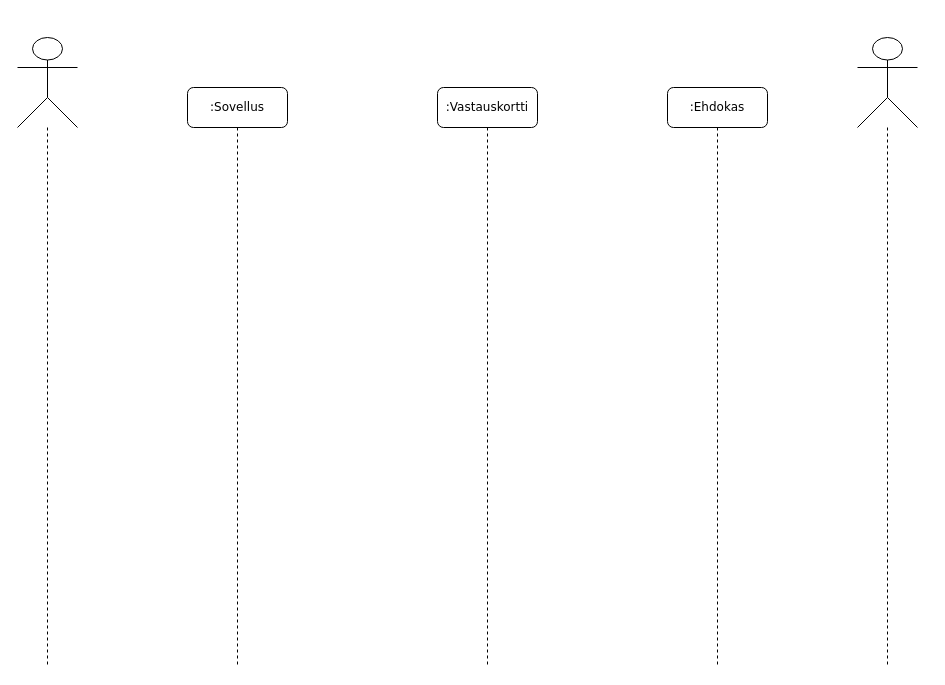
This is vaalikoneen sekvenssikaavio.drawio from laurajun/hamk-sovelluksen_suunnittelu, a draw.io file, before an edit. Source tidied: cells renumbered, new cells numbered last; positions are measured from the earlier drawing's top-left corner, leaving out a move shared by most shapes. Both pictures are drawn from the tidied source at 100%, with x=0, y=0 at pixel (17, 37).
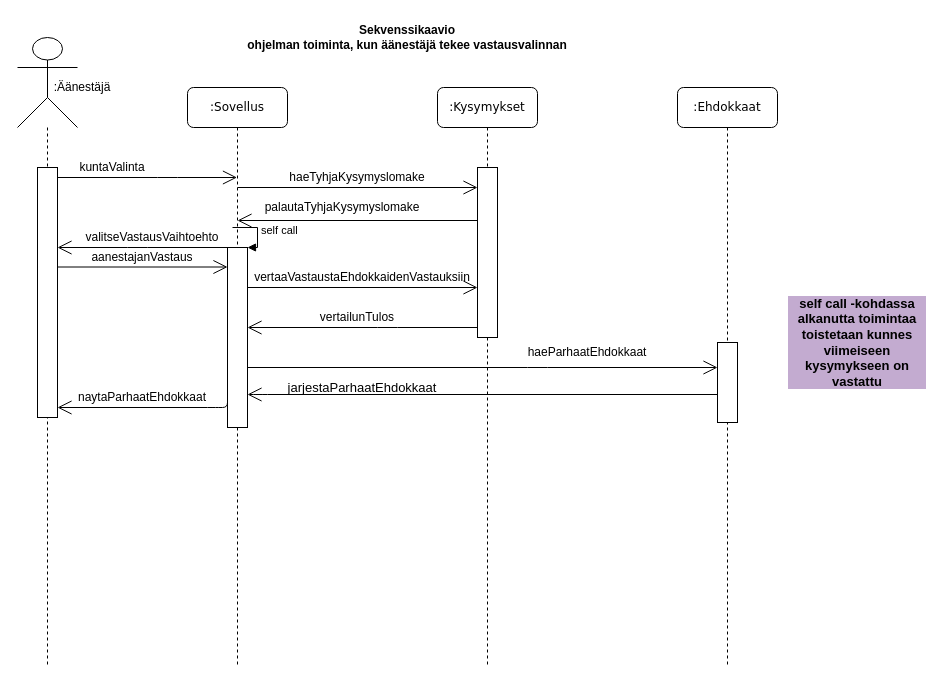
The same diagram, later.

The change refers to these unchanged cells:
```xml
<mxCell id="2" value=":Sovellus" style="shape=umlLifeline;perimeter=lifelinePerimeter;whiteSpace=wrap;html=1;outlineConnect=0;rounded=1;shadow=0;comic=0;labelBackgroundColor=none;strokeWidth=1;fontFamily=Verdana;fontSize=12;align=center;" parent="1" vertex="1">
  <mxGeometry x="170" y="50" width="100" height="580" as="geometry" />
</mxCell>
<mxCell id="5" style="shape=umlLifeline;participant=umlActor;perimeter=lifelinePerimeter;whiteSpace=wrap;html=1;verticalAlign=top;spacingTop=36;size=90;" parent="1" vertex="1">
  <mxGeometry width="60" height="630" as="geometry" />
</mxCell>
```

What changed in the source:
```diff
@@
+    <mxCell id="7" style="html=1;points=[];perimeter=orthogonalPerimeter;" parent="2" vertex="1">
+      <mxGeometry x="40" y="160" width="20" height="180" as="geometry" />
+    </mxCell>
+    <mxCell id="8" value="self call" style="edgeStyle=orthogonalEdgeStyle;html=1;align=left;spacingLeft=2;endArrow=block;rounded=0;entryX=1;entryY=0;" parent="2" edge="1" target="7">
+      <mxGeometry relative="1" as="geometry">
+        <mxPoint x="45" y="140" as="sourcePoint" />
+        <Array as="points">
+          <mxPoint x="70" y="140" />
+        </Array>
+      </mxGeometry>
+    </mxCell>
-    <mxCell id="3" value=":Vastauskortti" style="shape=umlLifeline;perimeter=lifelinePerimeter;whiteSpace=wrap;html=1;rounded=1;shadow=0;comic=0;labelBackgroundColor=none;strokeWidth=1;fontFamily=Verdana;fontSize=12;align=center;" parent="1" vertex="1">
+    <mxCell id="3" value=":Kysymykset" style="shape=umlLifeline;perimeter=lifelinePerimeter;whiteSpace=wrap;html=1;rounded=1;shadow=0;comic=0;labelBackgroundColor=none;strokeWidth=1;fontFamily=Verdana;fontSize=12;align=center;" parent="1" vertex="1">
       <mxGeometry x="420" y="50" width="100" height="580" as="geometry" />
     </mxCell>
+    <mxCell id="9" style="html=1;perimeter=orthogonalPerimeter;" parent="3" vertex="1">
+      <mxGeometry x="40" y="80" width="20" height="170" as="geometry" />
+    </mxCell>
-    <mxCell id="4" value=":Ehdokas" style="shape=umlLifeline;perimeter=lifelinePerimeter;whiteSpace=wrap;html=1;rounded=1;shadow=0;comic=0;labelBackgroundColor=none;strokeWidth=1;fontFamily=Verdana;fontSize=12;align=center;size=40;" parent="1" vertex="1">
-      <mxGeometry x="650" y="50" width="100" height="580" as="geometry" />
+    <mxCell id="4" value=":Ehdokkaat" style="shape=umlLifeline;perimeter=lifelinePerimeter;whiteSpace=wrap;html=1;rounded=1;shadow=0;comic=0;labelBackgroundColor=none;strokeWidth=1;fontFamily=Verdana;fontSize=12;align=center;size=40;" parent="1" vertex="1">
+      <mxGeometry x="660" y="50" width="100" height="580" as="geometry" />
     </mxCell>
+    <mxCell id="10" style="html=1;points=[];perimeter=orthogonalPerimeter;" parent="4" vertex="1">
+      <mxGeometry x="40" y="255" width="20" height="80" as="geometry" />
+    </mxCell>
@@
-    <mxCell id="6" style="shape=umlLifeline;participant=umlActor;perimeter=lifelinePerimeter;whiteSpace=wrap;html=1;verticalAlign=top;spacingTop=36;size=90;" parent="1" vertex="1">
-      <mxGeometry x="840" width="60" height="630" as="geometry" />
-    </mxCell>
+    <mxCell id="11" style="html=1;points=[];perimeter=orthogonalPerimeter;" parent="5" vertex="1">
+      <mxGeometry x="20" y="130" width="20" height="250" as="geometry" />
+    </mxCell>
+    <mxCell id="12" value=":Äänestäjä" style="text;html=1;strokeColor=none;fillColor=none;align=center;verticalAlign=middle;whiteSpace=wrap;rounded=0;" parent="1" vertex="1">
+      <mxGeometry x="30" y="40" width="70" height="20" as="geometry" />
+    </mxCell>
+    <mxCell id="13" style="endArrow=open;endFill=1;endSize=12;html=1;exitX=0;exitY=1;exitDx=0;exitDy=0;" parent="1" edge="1" source="14" target="2">
+      <mxGeometry relative="1" as="geometry">
+        <Array as="points">
+          <mxPoint x="150" y="140" />
+        </Array>
+      </mxGeometry>
+    </mxCell>
+    <mxCell id="14" value="kuntaValinta" style="text;html=1;strokeColor=none;fillColor=none;align=center;verticalAlign=middle;whiteSpace=wrap;rounded=0;" parent="1" vertex="1">
+      <mxGeometry x="40" y="120" width="110" height="20" as="geometry" />
+    </mxCell>
+    <mxCell id="15" style="endArrow=open;endFill=1;endSize=12;html=1;" parent="1" edge="1">
+      <mxGeometry relative="1" as="geometry">
+        <mxPoint x="220" y="150" as="sourcePoint" />
+        <mxPoint x="460" y="150" as="targetPoint" />
+      </mxGeometry>
+    </mxCell>
+    <mxCell id="16" value="haeTyhjaKysymyslomake" style="text;html=1;strokeColor=none;fillColor=none;align=center;verticalAlign=middle;whiteSpace=wrap;rounded=0;" parent="1" vertex="1">
+      <mxGeometry x="260" y="130" width="160" height="20" as="geometry" />
+    </mxCell>
+    <mxCell id="17" style="endArrow=open;endFill=1;endSize=12;html=1;" parent="1" edge="1">
+      <mxGeometry relative="1" as="geometry">
+        <mxPoint x="460" y="183" as="sourcePoint" />
+        <mxPoint x="220" y="183" as="targetPoint" />
+      </mxGeometry>
+    </mxCell>
+    <mxCell id="18" value="&lt;div&gt;palautaTyhjaKysymyslomake&lt;/div&gt;" style="text;html=1;strokeColor=none;fillColor=none;align=center;verticalAlign=middle;whiteSpace=wrap;rounded=0;" parent="1" vertex="1">
+      <mxGeometry x="230" y="160" width="190" height="20" as="geometry" />
+    </mxCell>
+    <mxCell id="19" style="endArrow=open;endFill=1;endSize=12;html=1;" parent="1" edge="1" source="7" target="11">
+      <mxGeometry relative="1" as="geometry">
+        <Array as="points">
+          <mxPoint x="120" y="210" />
+        </Array>
+      </mxGeometry>
+    </mxCell>
+    <mxCell id="20" value="valitseVastausVaihtoehto" style="text;html=1;strokeColor=none;fillColor=none;align=center;verticalAlign=middle;whiteSpace=wrap;rounded=0;" parent="1" vertex="1">
+      <mxGeometry x="80" y="190" width="110" height="20" as="geometry" />
+    </mxCell>
+    <mxCell id="21" style="endArrow=open;endFill=1;endSize=12;html=1;" parent="1" edge="1" target="7">
+      <mxGeometry relative="1" as="geometry">
+        <mxPoint x="40" y="229.5" as="sourcePoint" />
+      </mxGeometry>
+    </mxCell>
+    <mxCell id="22" value="&lt;div&gt;aanestajanVastaus&lt;/div&gt;" style="text;html=1;strokeColor=none;fillColor=none;align=center;verticalAlign=middle;whiteSpace=wrap;rounded=0;" parent="1" vertex="1">
+      <mxGeometry x="105" y="210" width="40" height="20" as="geometry" />
+    </mxCell>
+    <mxCell id="23" style="endArrow=open;endFill=1;endSize=12;html=1;" parent="1" edge="1">
+      <mxGeometry relative="1" as="geometry">
+        <mxPoint x="230" y="250" as="sourcePoint" />
+        <mxPoint x="460" y="250" as="targetPoint" />
+      </mxGeometry>
+    </mxCell>
+    <mxCell id="24" value="&lt;div&gt;vertaaVastaustaEhdokkaidenVastauksiin&lt;/div&gt;" style="text;html=1;strokeColor=none;fillColor=none;align=center;verticalAlign=middle;whiteSpace=wrap;rounded=0;" parent="1" vertex="1">
+      <mxGeometry x="290" y="230" width="110" height="20" as="geometry" />
+    </mxCell>
+    <mxCell id="25" style="endArrow=open;endFill=1;endSize=12;html=1;" parent="1" edge="1" target="10">
+      <mxGeometry relative="1" as="geometry">
+        <mxPoint x="230" y="330" as="sourcePoint" />
+        <Array as="points">
+          <mxPoint x="520" y="330" />
+        </Array>
+      </mxGeometry>
+    </mxCell>
+    <mxCell id="26" value="&lt;div&gt;haeParhaatEhdokkaat&lt;/div&gt;" style="text;html=1;strokeColor=none;fillColor=none;align=center;verticalAlign=middle;whiteSpace=wrap;rounded=0;" parent="1" vertex="1">
+      <mxGeometry x="550" y="305" width="40" height="20" as="geometry" />
+    </mxCell>
+    <mxCell id="27" value="&lt;div&gt;&lt;b&gt;Sekvenssikaavio &lt;br&gt;&lt;/b&gt;&lt;/div&gt;&lt;div&gt;&lt;b&gt;ohjelman toiminta, kun äänestäjä tekee vastausvalinnan&lt;/b&gt;&lt;/div&gt;" style="text;html=1;strokeColor=none;fillColor=none;align=center;verticalAlign=middle;whiteSpace=wrap;rounded=0;" parent="1" vertex="1">
+      <mxGeometry x="60" y="-20" width="660" height="40" as="geometry" />
+    </mxCell>
+    <mxCell id="28" style="endArrow=open;endFill=1;endSize=12;html=1;" parent="1" edge="1">
+      <mxGeometry relative="1" as="geometry">
+        <mxPoint x="460" y="290" as="sourcePoint" />
+        <mxPoint x="230" y="290" as="targetPoint" />
+        <Array as="points">
+          <mxPoint x="370" y="290" />
+        </Array>
+      </mxGeometry>
+    </mxCell>
+    <mxCell id="29" value="vertailunTulos" style="text;html=1;strokeColor=none;fillColor=none;align=center;verticalAlign=middle;whiteSpace=wrap;rounded=0;" parent="1" vertex="1">
+      <mxGeometry x="250" y="270" width="180" height="20" as="geometry" />
+    </mxCell>
+    <mxCell id="30" style="endArrow=open;endFill=1;endSize=12;html=1;" parent="1" edge="1" target="11">
+      <mxGeometry relative="1" as="geometry">
+        <mxPoint x="210" y="360" as="sourcePoint" />
+        <Array as="points">
+          <mxPoint x="210" y="370" />
+          <mxPoint x="200" y="370" />
+        </Array>
+      </mxGeometry>
+    </mxCell>
+    <mxCell id="31" value="naytaParhaatEhdokkaat" style="text;html=1;strokeColor=none;fillColor=none;align=center;verticalAlign=middle;whiteSpace=wrap;rounded=0;" parent="1" vertex="1">
+      <mxGeometry x="105" y="350" width="40" height="20" as="geometry" />
+    </mxCell>
+    <mxCell id="32" value="self call -kohdassa alkanutta toimintaa toistetaan kunnes viimeiseen kysymykseen on vastattu" style="text;html=1;strokeColor=none;fillColor=none;align=center;verticalAlign=middle;whiteSpace=wrap;rounded=0;fontStyle=1;fontSize=13;labelBackgroundColor=#C3ABD0;" parent="1" vertex="1">
+      <mxGeometry x="770" y="250" width="140" height="110" as="geometry" />
+    </mxCell>
+    <mxCell id="33" style="endArrow=open;endFill=1;endSize=12;html=1;fontSize=13;" parent="1" edge="1" source="10" target="7">
+      <mxGeometry relative="1" as="geometry">
+        <Array as="points">
+          <mxPoint x="240" y="357" />
+        </Array>
+      </mxGeometry>
+    </mxCell>
+    <mxCell id="34" value="jarjestaParhaatEhdokkaat" style="text;html=1;strokeColor=none;fillColor=none;align=center;verticalAlign=middle;whiteSpace=wrap;rounded=0;labelBackgroundColor=none;fontSize=13;" parent="1" vertex="1">
+      <mxGeometry x="325" y="340" width="40" height="20" as="geometry" />
+    </mxCell>
```
